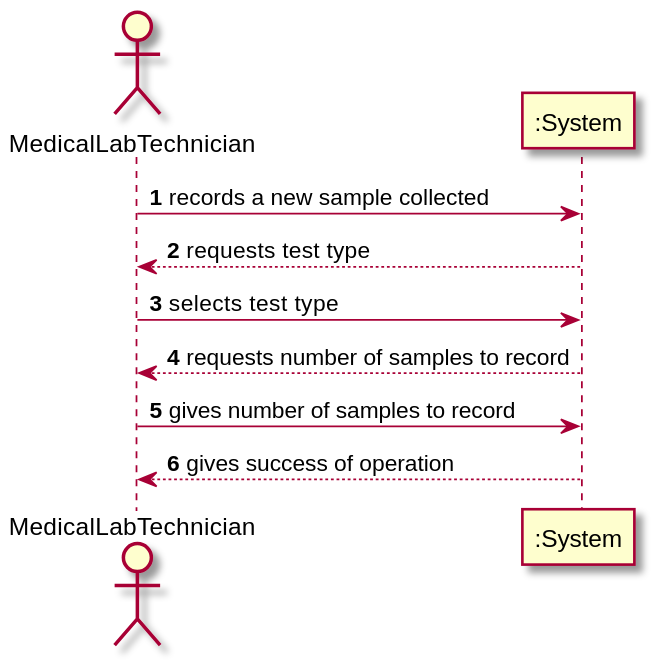
Before: docs/SprintC/US5/US5_SSD.svg, a diagram exported from PlantUML (MadDinosaur/ISEP-LAPR2).
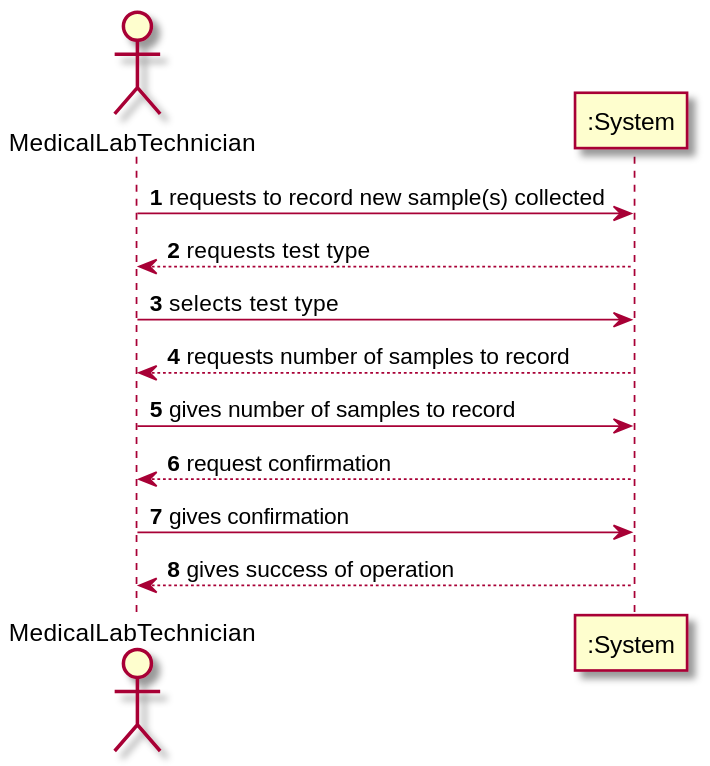
After the commit.

Change to the diagram source:
```diff
@@ -4,11 +4,13 @@
 
 actor MedicalLabTechnician as mlt
 participant ":System" as sys
-mlt -> sys: records a new sample collected
+mlt -> sys: requests to record new sample(s) collected
 sys --> mlt: requests test type
 mlt -> sys: selects test type
 sys --> mlt: requests number of samples to record
 mlt -> sys: gives number of samples to record
+sys --> mlt: request confirmation
+mlt -> sys: gives confirmation
 sys --> mlt: gives success of operation
 
 @enduml
```
